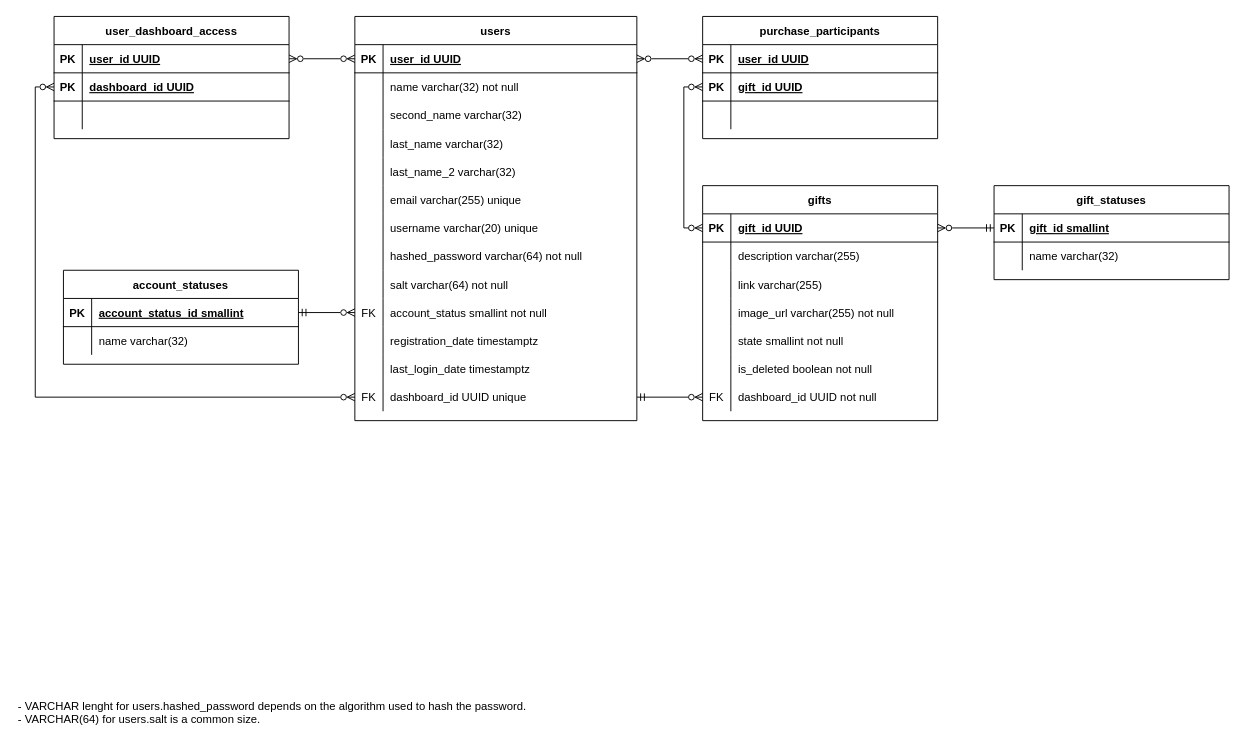
Above: doc/database.drawio in pablomgdev/cachivache2 (draw.io), before the change. Source tidied: cells renumbered, new cells numbered last; positions are measured from the earlier drawing's top-left corner, leaving out a move shared by most shapes. Both pictures are drawn from the tidied source at 94%, with x=0, y=0 at pixel (16, 16).
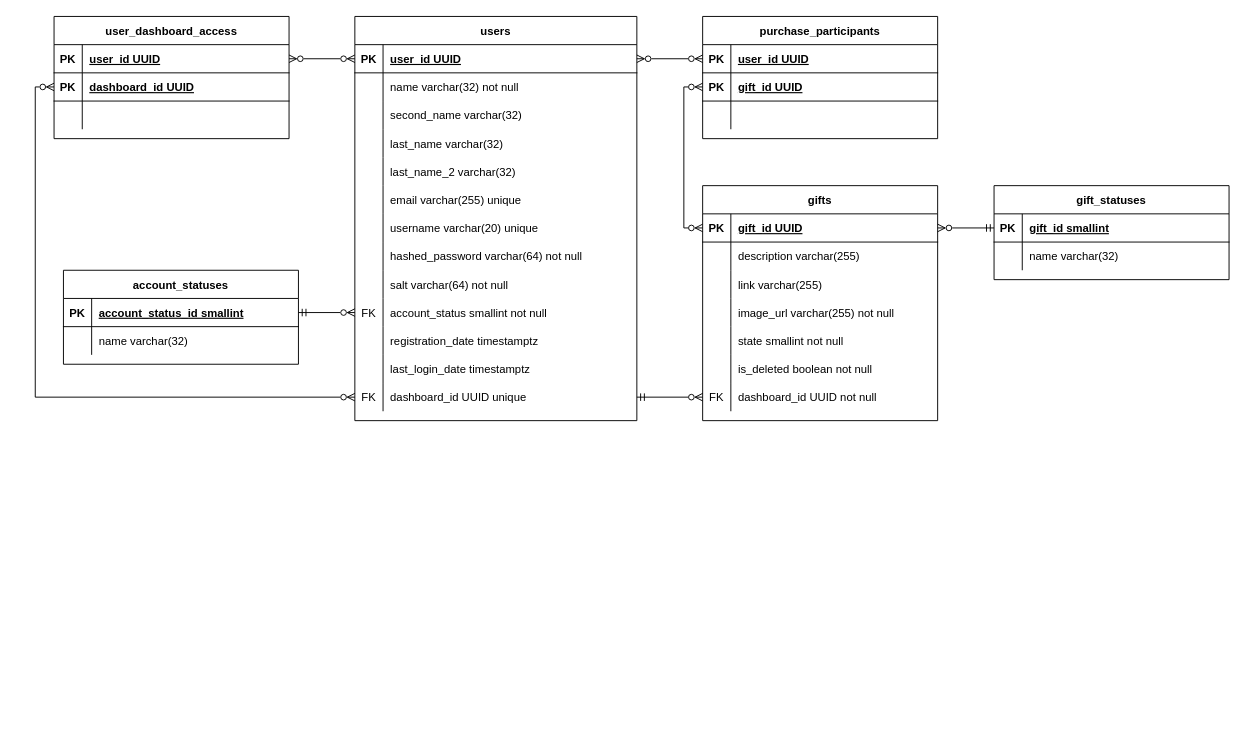
Above is the later version.

The edit, as a diff of the source:
```diff
@@
-    <mxCell id="64" value="- VARCHAR lenght for users.hashed_password depends on the algorithm used to hash the password.&lt;br&gt;- VARCHAR(64) for users.salt is a common size." style="text;html=1;align=left;verticalAlign=top;strokeColor=none;fillColor=none;" parent="1" vertex="1">
-      <mxGeometry y="720" width="560" height="40" as="geometry" />
-    </mxCell>
```
